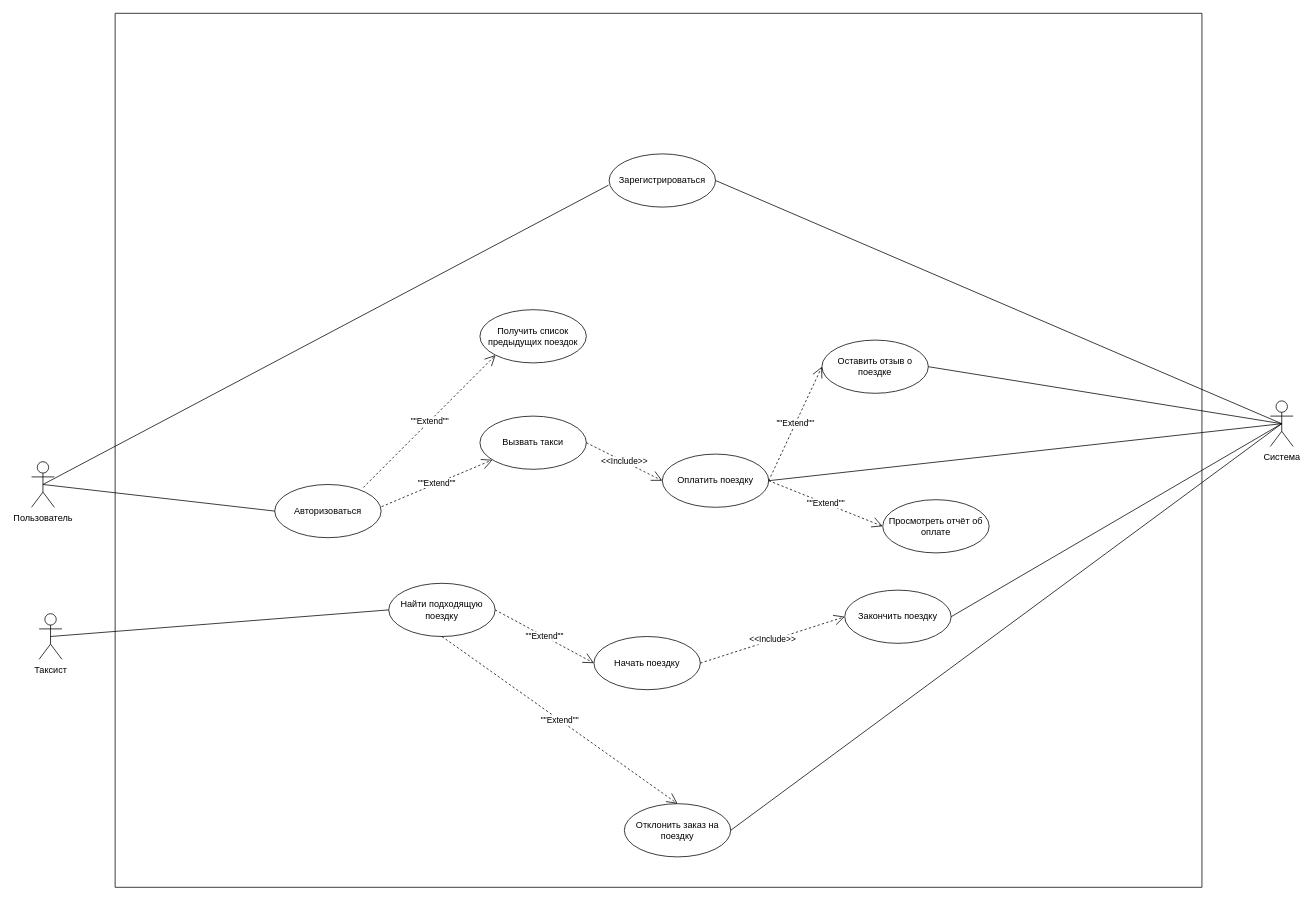
Before: PrecedentDia.drawio in hard-gainer/UML, a draw.io diagram. Source tidied: cells renumbered, new cells numbered last; positions are measured from the earlier drawing's top-left corner, leaving out a move shared by most shapes. Both pictures are drawn from the tidied source at 76%, with x=0, y=0 at pixel (31, 13).
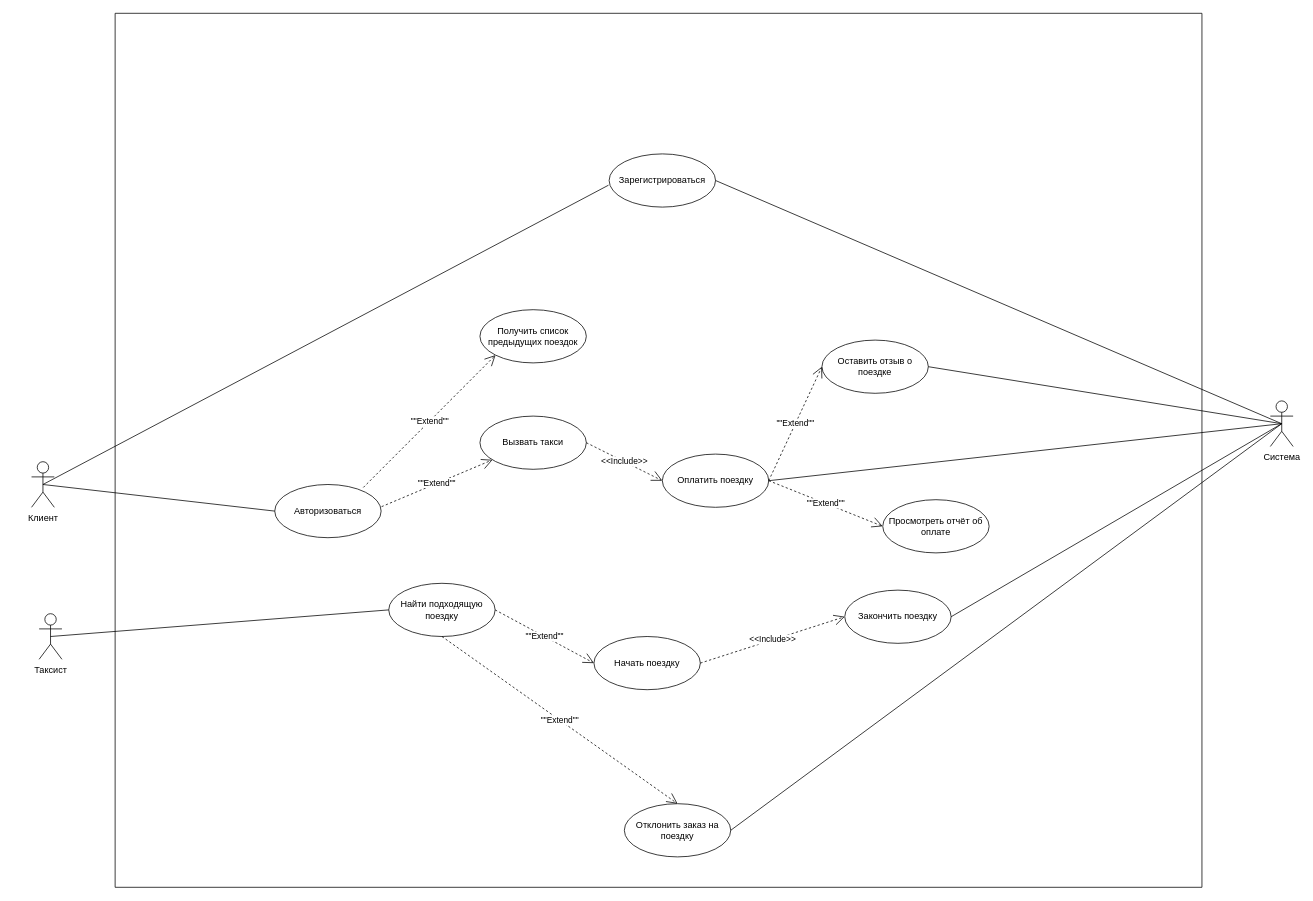
The same page after the edit.

The edit, as a diff of the source:
```diff
@@
-    <mxCell id="2" value="Пользователь" style="shape=umlActor;verticalLabelPosition=bottom;verticalAlign=top;html=1;" parent="1" vertex="1">
+    <mxCell id="2" value="Клиент" style="shape=umlActor;verticalLabelPosition=bottom;verticalAlign=top;html=1;" parent="1" vertex="1">
       <mxGeometry y="590" width="30" height="60" as="geometry" />
     </mxCell>
```
